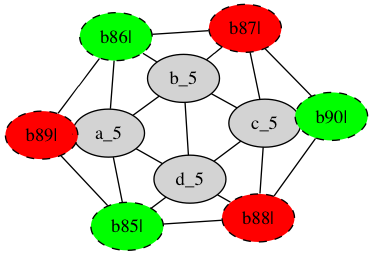
Earlier version of the Graphviz export test.png (olleicua/Py4colorReduction). Its source is kept beside it as test.dot. Source of this version:
```dot
graph {
node [style="filled"]
"a_5" []
"b_5" []
"b85|" [fillcolor="#00ff00",style="filled,dashed"]
"b86|" [fillcolor="#00ff00",style="filled,dashed"]
"b87|" [fillcolor="#ff0000",style="filled,dashed"]
"b88|" [fillcolor="#ff0000",style="filled,dashed"]
"b89|" [fillcolor="#ff0000",style="filled,dashed"]
"b90|" [fillcolor="#00ff00",style="filled,dashed"]
"c_5" []
"d_5" []
"a_5" -- "b_5"
"a_5" -- "b85|"
"a_5" -- "b86|"
"a_5" -- "b89|"
"a_5" -- "d_5"
"b_5" -- "b86|"
"b_5" -- "b87|"
"b_5" -- "c_5"
"b_5" -- "d_5"
"b85|" -- "b88|"
"b85|" -- "b89|"
"b85|" -- "d_5"
"b86|" -- "b87|"
"b86|" -- "b89|"
"b87|" -- "b90|"
"b87|" -- "c_5"
"b88|" -- "b90|"
"b88|" -- "c_5"
"b88|" -- "d_5"
"b90|" -- "c_5"
"c_5" -- "d_5"
}
```
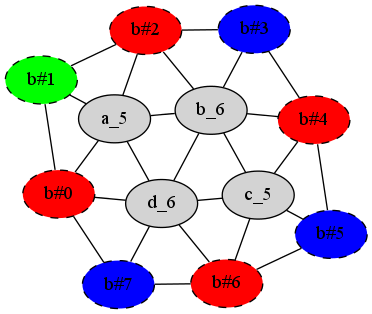
After the change.

Diff of the diagram source:
```diff
@@ -1,34 +1,40 @@
 graph {
 node [style="filled"]
 "a_5" []
-"b_5" []
-"b85|" [fillcolor="#00ff00",style="filled,dashed"]
-"b86|" [fillcolor="#00ff00",style="filled,dashed"]
-"b87|" [fillcolor="#ff0000",style="filled,dashed"]
-"b88|" [fillcolor="#ff0000",style="filled,dashed"]
-"b89|" [fillcolor="#ff0000",style="filled,dashed"]
-"b90|" [fillcolor="#00ff00",style="filled,dashed"]
+"b_6" []
+"b#0" [fillcolor="#ff0000",style="filled,dashed"]
+"b#1" [fillcolor="#00ff00",style="filled,dashed"]
+"b#2" [fillcolor="#ff0000",style="filled,dashed"]
+"b#3" [fillcolor="#0000ff",style="filled,dashed"]
+"b#4" [fillcolor="#ff0000",style="filled,dashed"]
+"b#5" [fillcolor="#0000ff",style="filled,dashed"]
+"b#6" [fillcolor="#ff0000",style="filled,dashed"]
+"b#7" [fillcolor="#0000ff",style="filled,dashed"]
 "c_5" []
-"d_5" []
-"a_5" -- "b_5"
-"a_5" -- "b85|"
-"a_5" -- "b86|"
-"a_5" -- "b89|"
-"a_5" -- "d_5"
-"b_5" -- "b86|"
-"b_5" -- "b87|"
-"b_5" -- "c_5"
-"b_5" -- "d_5"
-"b85|" -- "b88|"
-"b85|" -- "b89|"
-"b85|" -- "d_5"
-"b86|" -- "b87|"
-"b86|" -- "b89|"
-"b87|" -- "b90|"
-"b87|" -- "c_5"
-"b88|" -- "b90|"
-"b88|" -- "c_5"
-"b88|" -- "d_5"
-"b90|" -- "c_5"
-"c_5" -- "d_5"
+"d_6" []
+"a_5" -- "b_6"
+"a_5" -- "b#0"
+"a_5" -- "b#1"
+"a_5" -- "b#2"
+"a_5" -- "d_6"
+"b_6" -- "b#2"
+"b_6" -- "b#3"
+"b_6" -- "b#4"
+"b_6" -- "c_5"
+"b_6" -- "d_6"
+"b#0" -- "b#1"
+"b#0" -- "b#7"
+"b#0" -- "d_6"
+"b#1" -- "b#2"
+"b#2" -- "b#3"
+"b#3" -- "b#4"
+"b#4" -- "b#5"
+"b#4" -- "c_5"
+"b#5" -- "b#6"
+"b#5" -- "c_5"
+"b#6" -- "b#7"
+"b#6" -- "c_5"
+"b#6" -- "d_6"
+"b#7" -- "d_6"
+"c_5" -- "d_6"
 }
```
